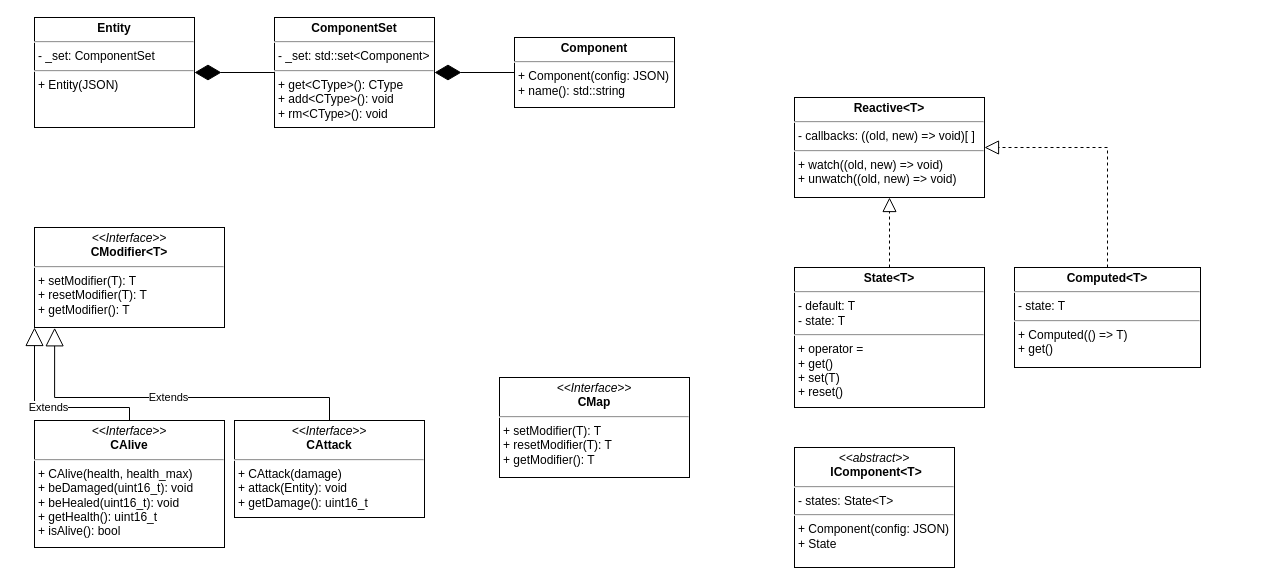
Earlier version of the draw.io diagram uml.drawio (vSEK1RO/nekomancer). Source tidied: cells renumbered, new cells numbered last; positions are measured from the earlier drawing's top-left corner, leaving out a move shared by most shapes. Both pictures are drawn from the tidied source at 100%, with x=0, y=0 at pixel (34, 17).
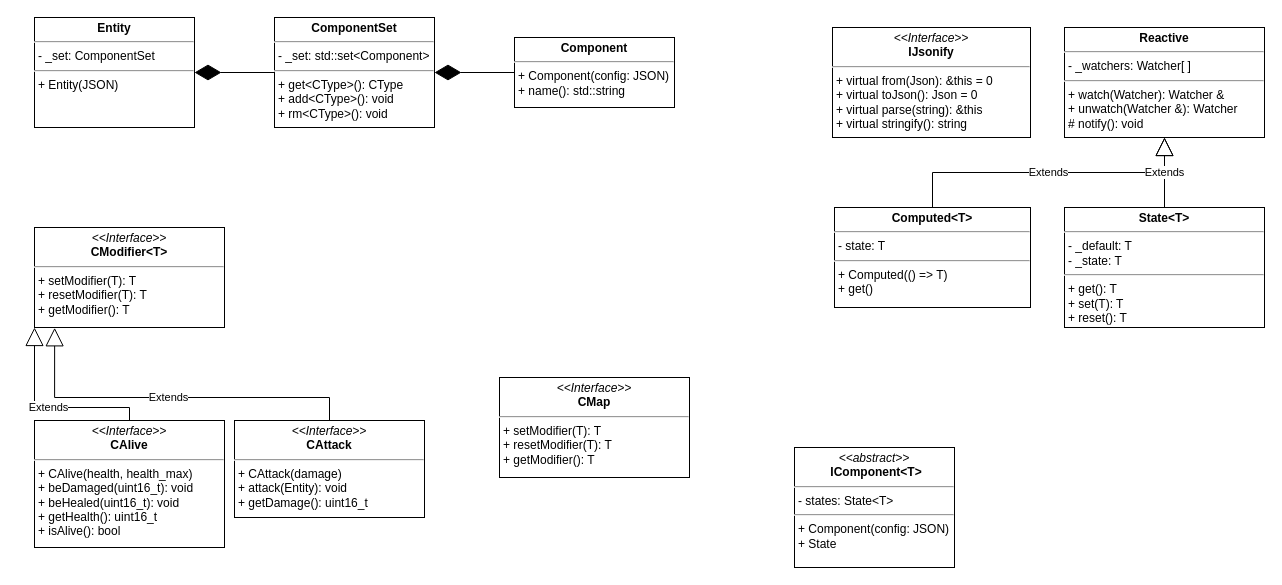
After the change.

Commit message (it also covers changes not shown here):
fix(Reactive): template removed, now doesn't rely on type

The edit, as a diff of the source:
```diff
@@
     <mxCell id="14" value="&lt;p style=&quot;margin:0px;margin-top:4px;text-align:center;&quot;&gt;&lt;b&gt;Computed&amp;lt;T&amp;gt;&lt;/b&gt;&lt;/p&gt;&lt;hr&gt;&lt;p style=&quot;margin:0px;margin-left:4px;&quot;&gt;&lt;span style=&quot;background-color: initial;&quot;&gt;- state: T&lt;/span&gt;&lt;/p&gt;&lt;hr&gt;&lt;p style=&quot;margin:0px;margin-left:4px;&quot;&gt;&lt;span style=&quot;background-color: initial;&quot;&gt;+ Computed(() =&amp;gt; T)&lt;/span&gt;&lt;/p&gt;&lt;p style=&quot;margin:0px;margin-left:4px;&quot;&gt;&lt;span style=&quot;background-color: initial;&quot;&gt;+ get()&lt;/span&gt;&lt;/p&gt;" style="verticalAlign=top;align=left;overflow=fill;html=1;whiteSpace=wrap;" parent="1" vertex="1">
-      <mxGeometry x="980" y="250" width="186" height="100" as="geometry" />
+      <mxGeometry x="800" y="190" width="196" height="100" as="geometry" />
     </mxCell>
-    <mxCell id="15" value="&lt;p style=&quot;margin:0px;margin-top:4px;text-align:center;&quot;&gt;&lt;b&gt;Reactive&amp;lt;T&amp;gt;&lt;/b&gt;&lt;/p&gt;&lt;hr&gt;&lt;p style=&quot;margin: 0px 0px 0px 4px;&quot;&gt;&lt;span style=&quot;background-color: initial;&quot;&gt;- callbacks: ((old, new) =&amp;gt; void)[ ]&lt;/span&gt;&lt;/p&gt;&lt;hr&gt;&lt;p style=&quot;margin: 0px 0px 0px 4px;&quot;&gt;+ watch((old, new) =&amp;gt; void)&lt;/p&gt;&lt;p style=&quot;margin: 0px 0px 0px 4px;&quot;&gt;+ unwatch((old, new) =&amp;gt; void)&lt;/p&gt;" style="verticalAlign=top;align=left;overflow=fill;html=1;whiteSpace=wrap;" parent="1" vertex="1">
-      <mxGeometry x="760" y="80" width="190" height="100" as="geometry" />
+    <mxCell id="15" value="&lt;p style=&quot;margin:0px;margin-top:4px;text-align:center;&quot;&gt;&lt;b&gt;Reactive&lt;/b&gt;&lt;/p&gt;&lt;hr&gt;&lt;p style=&quot;margin: 0px 0px 0px 4px;&quot;&gt;- _watchers: Watcher[ ]&lt;/p&gt;&lt;hr&gt;&lt;p style=&quot;margin: 0px 0px 0px 4px;&quot;&gt;+ watch(Watcher): Watcher &amp;amp;&lt;/p&gt;&lt;p style=&quot;margin: 0px 0px 0px 4px;&quot;&gt;+ unwatch(Watcher &amp;amp;): Watcher&lt;/p&gt;&lt;p style=&quot;margin: 0px 0px 0px 4px;&quot;&gt;# notify(): void&lt;/p&gt;" style="verticalAlign=top;align=left;overflow=fill;html=1;whiteSpace=wrap;" parent="1" vertex="1">
+      <mxGeometry x="1030" y="10" width="200" height="110" as="geometry" />
     </mxCell>
-    <mxCell id="16" value="&lt;p style=&quot;margin:0px;margin-top:4px;text-align:center;&quot;&gt;&lt;b&gt;State&amp;lt;T&amp;gt;&lt;/b&gt;&lt;/p&gt;&lt;hr&gt;&lt;p style=&quot;margin: 0px 0px 0px 4px;&quot;&gt;- default: T&lt;/p&gt;&lt;p style=&quot;margin: 0px 0px 0px 4px;&quot;&gt;- state: T&lt;/p&gt;&lt;hr&gt;&lt;p style=&quot;margin: 0px 0px 0px 4px;&quot;&gt;&lt;span style=&quot;background-color: initial;&quot;&gt;+ operator =&lt;/span&gt;&lt;/p&gt;&lt;p style=&quot;margin: 0px 0px 0px 4px;&quot;&gt;+ get()&lt;/p&gt;&lt;p style=&quot;margin: 0px 0px 0px 4px;&quot;&gt;+ set(T)&lt;/p&gt;&lt;p style=&quot;margin: 0px 0px 0px 4px;&quot;&gt;+ reset()&lt;/p&gt;" style="verticalAlign=top;align=left;overflow=fill;html=1;whiteSpace=wrap;" parent="1" vertex="1">
-      <mxGeometry x="760" y="250" width="190" height="140" as="geometry" />
+    <mxCell id="16" value="&lt;p style=&quot;margin:0px;margin-top:4px;text-align:center;&quot;&gt;&lt;b&gt;State&amp;lt;T&amp;gt;&lt;/b&gt;&lt;/p&gt;&lt;hr&gt;&lt;p style=&quot;margin: 0px 0px 0px 4px;&quot;&gt;- _default: T&lt;/p&gt;&lt;p style=&quot;margin: 0px 0px 0px 4px;&quot;&gt;- _state: T&lt;/p&gt;&lt;hr&gt;&lt;p style=&quot;margin: 0px 0px 0px 4px;&quot;&gt;&lt;span style=&quot;background-color: initial;&quot;&gt;+ get(): T&lt;/span&gt;&lt;/p&gt;&lt;p style=&quot;margin: 0px 0px 0px 4px;&quot;&gt;+ set(T): T&lt;/p&gt;&lt;p style=&quot;margin: 0px 0px 0px 4px;&quot;&gt;+ reset(): T&lt;/p&gt;&lt;p style=&quot;margin: 0px 0px 0px 4px;&quot;&gt;&lt;br&gt;&lt;/p&gt;" style="verticalAlign=top;align=left;overflow=fill;html=1;whiteSpace=wrap;" parent="1" vertex="1">
+      <mxGeometry x="1030" y="190" width="200" height="120" as="geometry" />
     </mxCell>
+    <mxCell id="19" value="&lt;p style=&quot;margin:0px;margin-top:4px;text-align:center;&quot;&gt;&lt;/p&gt;&lt;i style=&quot;&quot;&gt;&lt;div style=&quot;text-align: center;&quot;&gt;&lt;i style=&quot;background-color: initial;&quot;&gt;&amp;lt;&amp;lt;abstract&amp;gt;&amp;gt;&lt;/i&gt;&lt;/div&gt;&lt;/i&gt;&lt;p style=&quot;text-align: center; margin: 0px 0px 0px 4px;&quot;&gt;&lt;b style=&quot;background-color: initial;&quot;&gt;IComponent&amp;lt;T&amp;gt;&lt;/b&gt;&lt;/p&gt;&lt;hr&gt;&lt;p style=&quot;margin:0px;margin-left:4px;&quot;&gt;- states: State&amp;lt;T&amp;gt;&lt;/p&gt;&lt;hr&gt;&lt;p style=&quot;margin:0px;margin-left:4px;&quot;&gt;+ Component(config: JSON)&lt;/p&gt;&lt;p style=&quot;margin:0px;margin-left:4px;&quot;&gt;+ State&lt;/p&gt;" style="verticalAlign=top;align=left;overflow=fill;html=1;whiteSpace=wrap;" parent="1" vertex="1">
+      <mxGeometry x="760" y="430" width="160" height="120" as="geometry" />
+    </mxCell>
+    <mxCell id="20" value="&lt;p style=&quot;margin:0px;margin-top:4px;text-align:center;&quot;&gt;&lt;i&gt;&amp;lt;&amp;lt;Interface&amp;gt;&amp;gt;&lt;/i&gt;&lt;br&gt;&lt;b&gt;IJsonify&lt;/b&gt;&lt;/p&gt;&lt;hr&gt;&lt;p style=&quot;margin:0px;margin-left:4px;&quot;&gt;+ virtual from(Json): &amp;amp;this = 0&lt;/p&gt;&lt;p style=&quot;margin: 0px 0px 0px 4px;&quot;&gt;+ virtual toJson(): Json = 0&lt;/p&gt;&lt;p style=&quot;margin:0px;margin-left:4px;&quot;&gt;+ virtual parse(string): &amp;amp;this&lt;/p&gt;&lt;p style=&quot;margin:0px;margin-left:4px;&quot;&gt;+ virtual stringify(): string&lt;/p&gt;" style="verticalAlign=top;align=left;overflow=fill;html=1;whiteSpace=wrap;" parent="1" vertex="1">
+      <mxGeometry x="798" y="10" width="198" height="110" as="geometry" />
+    </mxCell>
+    <mxCell id="18" value="Extends" style="endArrow=block;endSize=16;endFill=0;html=1;rounded=0;edgeStyle=elbowEdgeStyle;elbow=vertical;" parent="1" edge="1" source="14" target="15">
+      <mxGeometry relative="1" as="geometry" />
+    </mxCell>
-    <mxCell id="17" style="endArrow=block;dashed=1;endFill=0;endSize=12;html=1;rounded=0;edgeStyle=elbowEdgeStyle;" parent="1" edge="1" source="16" target="15">
+    <mxCell id="17" value="Extends" style="endArrow=block;endSize=16;endFill=0;html=1;rounded=0;edgeStyle=elbowEdgeStyle;elbow=vertical;" parent="1" edge="1" source="16" target="15">
       <mxGeometry relative="1" as="geometry" />
     </mxCell>
-    <mxCell id="18" style="endArrow=block;dashed=1;endFill=0;endSize=12;html=1;rounded=0;edgeStyle=elbowEdgeStyle;" parent="1" edge="1" source="14" target="15">
-      <mxGeometry relative="1" as="geometry">
-        <Array as="points">
-          <mxPoint x="1073" y="190" />
-        </Array>
-      </mxGeometry>
-    </mxCell>
-    <mxCell id="19" value="&lt;p style=&quot;margin:0px;margin-top:4px;text-align:center;&quot;&gt;&lt;/p&gt;&lt;i style=&quot;&quot;&gt;&lt;div style=&quot;text-align: center;&quot;&gt;&lt;i style=&quot;background-color: initial;&quot;&gt;&amp;lt;&amp;lt;abstract&amp;gt;&amp;gt;&lt;/i&gt;&lt;/div&gt;&lt;/i&gt;&lt;p style=&quot;text-align: center; margin: 0px 0px 0px 4px;&quot;&gt;&lt;b style=&quot;background-color: initial;&quot;&gt;IComponent&amp;lt;T&amp;gt;&lt;/b&gt;&lt;/p&gt;&lt;hr&gt;&lt;p style=&quot;margin:0px;margin-left:4px;&quot;&gt;- states: State&amp;lt;T&amp;gt;&lt;/p&gt;&lt;hr&gt;&lt;p style=&quot;margin:0px;margin-left:4px;&quot;&gt;+ Component(config: JSON)&lt;/p&gt;&lt;p style=&quot;margin:0px;margin-left:4px;&quot;&gt;+ State&lt;/p&gt;" style="verticalAlign=top;align=left;overflow=fill;html=1;whiteSpace=wrap;" parent="1" vertex="1">
-      <mxGeometry x="760" y="430" width="160" height="120" as="geometry" />
-    </mxCell>
```
